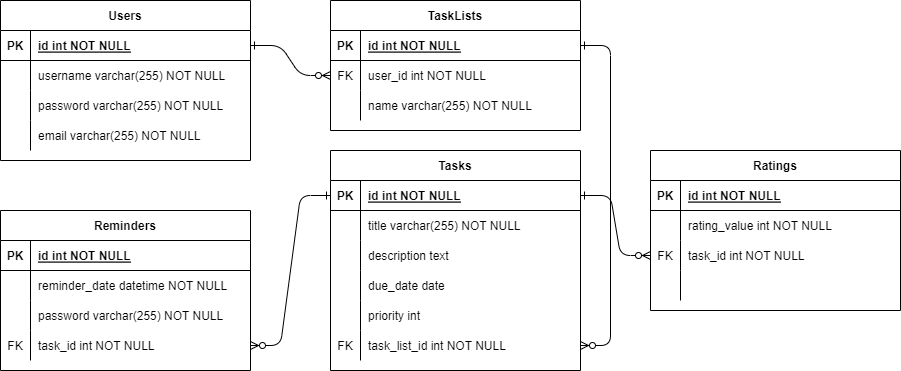
Before: db scheme.png, a diagram exported from draw.io (Fallsw0rd/django-tasks-and-reminder). Source tidied: cells renumbered, new cells last; positions are measured from the earlier drawing's top-left corner, leaving out a move shared by most shapes. Its diagram source:
```xml
<mxGraphModel>
  <root>
    <mxCell id="0" />
    <mxCell id="1" parent="0" />
    <mxCell id="2" style="edgeStyle=entityRelationEdgeStyle;endArrow=ERzeroToMany;startArrow=ERone;endFill=1;startFill=0;" parent="1" edge="1" source="34" target="8">
      <mxGeometry relative="1" as="geometry" />
    </mxCell>
    <mxCell id="3" style="edgeStyle=entityRelationEdgeStyle;endArrow=ERzeroToMany;startArrow=ERone;endFill=1;startFill=0;entryX=1;entryY=0.5;entryDx=0;entryDy=0;" parent="1" edge="1" source="5" target="30">
      <mxGeometry relative="1" as="geometry" />
    </mxCell>
    <mxCell id="4" value="TaskLists" style="shape=table;startSize=30;rowLines=0;fontStyle=1;align=center;" parent="1" vertex="1">
      <mxGeometry x="330" width="250" height="130" as="geometry" />
    </mxCell>
    <mxCell id="5" style="shape=partialRectangle;fillColor=none;points=[[0,0.5],[1,0.5]];portConstraint=eastwest;top=0;left=0;right=0;bottom=1;" parent="4" vertex="1">
      <mxGeometry y="30" width="250" height="30" as="geometry" />
    </mxCell>
    <mxCell id="6" value="PK" style="shape=partialRectangle;overflow=hidden;fillColor=none;top=0;left=0;bottom=0;right=0;fontStyle=1;" parent="5" vertex="1">
      <mxGeometry width="30" height="30" as="geometry" />
    </mxCell>
    <mxCell id="7" value="id int NOT NULL " style="shape=partialRectangle;overflow=hidden;fillColor=none;top=0;left=0;bottom=0;right=0;align=left;spacingLeft=6;fontStyle=5;" parent="5" vertex="1">
      <mxGeometry x="30" width="220" height="30" as="geometry" />
    </mxCell>
    <mxCell id="8" style="shape=partialRectangle;fillColor=none;points=[[0,0.5],[1,0.5]];portConstraint=eastwest;top=0;left=0;right=0;bottom=0;" parent="4" vertex="1">
      <mxGeometry y="60" width="250" height="30" as="geometry" />
    </mxCell>
    <mxCell id="9" value="FK" style="shape=partialRectangle;overflow=hidden;fillColor=none;top=0;left=0;bottom=0;right=0;" parent="8" vertex="1">
      <mxGeometry width="30" height="30" as="geometry" />
    </mxCell>
    <mxCell id="10" value="user_id int NOT NULL" style="shape=partialRectangle;overflow=hidden;fillColor=none;top=0;left=0;bottom=0;right=0;align=left;spacingLeft=6;" parent="8" vertex="1">
      <mxGeometry x="30" width="220" height="30" as="geometry" />
    </mxCell>
    <mxCell id="11" style="shape=partialRectangle;fillColor=none;top=0;left=0;right=0;bottom=0;" parent="4" vertex="1">
      <mxGeometry y="90" width="250" height="30" as="geometry" />
    </mxCell>
    <mxCell id="12" style="shape=partialRectangle;overflow=hidden;fillColor=none;top=0;left=0;bottom=0;right=0;" parent="11" vertex="1">
      <mxGeometry width="30" height="30" as="geometry" />
    </mxCell>
    <mxCell id="13" value="name varchar(255) NOT NULL" style="shape=partialRectangle;overflow=hidden;fillColor=none;top=0;left=0;bottom=0;right=0;align=left;spacingLeft=6;" parent="11" vertex="1">
      <mxGeometry x="30" width="220" height="30" as="geometry" />
    </mxCell>
    <mxCell id="14" value="Tasks" style="shape=table;startSize=30;rowLines=0;fontStyle=1;align=center;" parent="1" vertex="1">
      <mxGeometry x="330" y="150" width="250" height="220" as="geometry" />
    </mxCell>
    <mxCell id="15" style="shape=partialRectangle;fillColor=none;points=[[0,0.5],[1,0.5]];portConstraint=eastwest;top=0;left=0;right=0;bottom=1;" parent="14" vertex="1">
      <mxGeometry y="30" width="250" height="30" as="geometry" />
    </mxCell>
    <mxCell id="16" value="PK" style="shape=partialRectangle;overflow=hidden;fillColor=none;top=0;left=0;bottom=0;right=0;fontStyle=1;" parent="15" vertex="1">
      <mxGeometry width="30" height="30" as="geometry" />
    </mxCell>
    <mxCell id="17" value="id int NOT NULL " style="shape=partialRectangle;overflow=hidden;fillColor=none;top=0;left=0;bottom=0;right=0;align=left;spacingLeft=6;fontStyle=5;" parent="15" vertex="1">
      <mxGeometry x="30" width="220" height="30" as="geometry" />
    </mxCell>
    <mxCell id="18" style="shape=partialRectangle;fillColor=none;top=0;left=0;right=0;bottom=0;" parent="14" vertex="1">
      <mxGeometry y="60" width="250" height="30" as="geometry" />
    </mxCell>
    <mxCell id="19" style="shape=partialRectangle;overflow=hidden;fillColor=none;top=0;left=0;bottom=0;right=0;" parent="18" vertex="1">
      <mxGeometry width="30" height="30" as="geometry" />
    </mxCell>
    <mxCell id="20" value="title varchar(255) NOT NULL" style="shape=partialRectangle;overflow=hidden;fillColor=none;top=0;left=0;bottom=0;right=0;align=left;spacingLeft=6;" parent="18" vertex="1">
      <mxGeometry x="30" width="220" height="30" as="geometry" />
    </mxCell>
    <mxCell id="21" style="shape=partialRectangle;fillColor=none;top=0;left=0;right=0;bottom=0;" parent="14" vertex="1">
      <mxGeometry y="90" width="250" height="30" as="geometry" />
    </mxCell>
    <mxCell id="22" style="shape=partialRectangle;overflow=hidden;fillColor=none;top=0;left=0;bottom=0;right=0;" parent="21" vertex="1">
      <mxGeometry width="30" height="30" as="geometry" />
    </mxCell>
    <mxCell id="23" value="description text" style="shape=partialRectangle;overflow=hidden;fillColor=none;top=0;left=0;bottom=0;right=0;align=left;spacingLeft=6;" parent="21" vertex="1">
      <mxGeometry x="30" width="220" height="30" as="geometry" />
    </mxCell>
    <mxCell id="24" style="shape=partialRectangle;fillColor=none;top=0;left=0;right=0;bottom=0;" parent="14" vertex="1">
      <mxGeometry y="120" width="250" height="30" as="geometry" />
    </mxCell>
    <mxCell id="25" style="shape=partialRectangle;overflow=hidden;fillColor=none;top=0;left=0;bottom=0;right=0;" parent="24" vertex="1">
      <mxGeometry width="30" height="30" as="geometry" />
    </mxCell>
    <mxCell id="26" value="due_date date" style="shape=partialRectangle;overflow=hidden;fillColor=none;top=0;left=0;bottom=0;right=0;align=left;spacingLeft=6;" parent="24" vertex="1">
      <mxGeometry x="30" width="220" height="30" as="geometry" />
    </mxCell>
    <mxCell id="27" style="shape=partialRectangle;fillColor=none;top=0;left=0;right=0;bottom=0;" parent="14" vertex="1">
      <mxGeometry y="150" width="250" height="30" as="geometry" />
    </mxCell>
    <mxCell id="28" style="shape=partialRectangle;overflow=hidden;fillColor=none;top=0;left=0;bottom=0;right=0;" parent="27" vertex="1">
      <mxGeometry width="30" height="30" as="geometry" />
    </mxCell>
    <mxCell id="29" value="priority int" style="shape=partialRectangle;overflow=hidden;fillColor=none;top=0;left=0;bottom=0;right=0;align=left;spacingLeft=6;" parent="27" vertex="1">
      <mxGeometry x="30" width="220" height="30" as="geometry" />
    </mxCell>
    <mxCell id="30" style="shape=partialRectangle;fillColor=none;points=[[0,0.5],[1,0.5]];portConstraint=eastwest;top=0;left=0;right=0;bottom=0;" parent="14" vertex="1">
      <mxGeometry y="180" width="250" height="30" as="geometry" />
    </mxCell>
    <mxCell id="31" value="FK" style="shape=partialRectangle;overflow=hidden;fillColor=none;top=0;left=0;bottom=0;right=0;" parent="30" vertex="1">
      <mxGeometry width="30" height="30" as="geometry" />
    </mxCell>
    <mxCell id="32" value="task_list_id int NOT NULL" style="shape=partialRectangle;overflow=hidden;fillColor=none;top=0;left=0;bottom=0;right=0;align=left;spacingLeft=6;" parent="30" vertex="1">
      <mxGeometry x="30" width="220" height="30" as="geometry" />
    </mxCell>
    <mxCell id="33" value="Users" style="shape=table;startSize=30;rowLines=0;fontStyle=1;align=center;" parent="1" vertex="1">
      <mxGeometry width="250" height="160" as="geometry" />
    </mxCell>
    <mxCell id="34" style="shape=partialRectangle;fillColor=none;points=[[0,0.5],[1,0.5]];portConstraint=eastwest;top=0;left=0;right=0;bottom=1;" parent="33" vertex="1">
      <mxGeometry y="30" width="250" height="30" as="geometry" />
    </mxCell>
    <mxCell id="35" value="PK" style="shape=partialRectangle;overflow=hidden;fillColor=none;top=0;left=0;bottom=0;right=0;fontStyle=1;" parent="34" vertex="1">
      <mxGeometry width="30" height="30" as="geometry" />
    </mxCell>
    <mxCell id="36" value="id int NOT NULL " style="shape=partialRectangle;overflow=hidden;fillColor=none;top=0;left=0;bottom=0;right=0;align=left;spacingLeft=6;fontStyle=5;" parent="34" vertex="1">
      <mxGeometry x="30" width="220" height="30" as="geometry" />
    </mxCell>
    <mxCell id="37" style="shape=partialRectangle;fillColor=none;top=0;left=0;right=0;bottom=0;" parent="33" vertex="1">
      <mxGeometry y="60" width="250" height="30" as="geometry" />
    </mxCell>
    <mxCell id="38" style="shape=partialRectangle;overflow=hidden;fillColor=none;top=0;left=0;bottom=0;right=0;" parent="37" vertex="1">
      <mxGeometry width="30" height="30" as="geometry" />
    </mxCell>
    <mxCell id="39" value="username varchar(255) NOT NULL" style="shape=partialRectangle;overflow=hidden;fillColor=none;top=0;left=0;bottom=0;right=0;align=left;spacingLeft=6;" parent="37" vertex="1">
      <mxGeometry x="30" width="220" height="30" as="geometry" />
    </mxCell>
    <mxCell id="40" style="shape=partialRectangle;fillColor=none;top=0;left=0;right=0;bottom=0;" parent="33" vertex="1">
      <mxGeometry y="90" width="250" height="30" as="geometry" />
    </mxCell>
    <mxCell id="41" style="shape=partialRectangle;overflow=hidden;fillColor=none;top=0;left=0;bottom=0;right=0;" parent="40" vertex="1">
      <mxGeometry width="30" height="30" as="geometry" />
    </mxCell>
    <mxCell id="42" value="password varchar(255) NOT NULL" style="shape=partialRectangle;overflow=hidden;fillColor=none;top=0;left=0;bottom=0;right=0;align=left;spacingLeft=6;" parent="40" vertex="1">
      <mxGeometry x="30" width="220" height="30" as="geometry" />
    </mxCell>
    <mxCell id="43" style="shape=partialRectangle;fillColor=none;top=0;left=0;right=0;bottom=0;" parent="33" vertex="1">
      <mxGeometry y="120" width="250" height="30" as="geometry" />
    </mxCell>
    <mxCell id="44" style="shape=partialRectangle;overflow=hidden;fillColor=none;top=0;left=0;bottom=0;right=0;" parent="43" vertex="1">
      <mxGeometry width="30" height="30" as="geometry" />
    </mxCell>
    <mxCell id="45" value="email varchar(255) NOT NULL" style="shape=partialRectangle;overflow=hidden;fillColor=none;top=0;left=0;bottom=0;right=0;align=left;spacingLeft=6;" parent="43" vertex="1">
      <mxGeometry x="30" width="220" height="30" as="geometry" />
    </mxCell>
    <mxCell id="46" value="Reminders" style="shape=table;startSize=30;rowLines=0;fontStyle=1;align=center;" parent="1" vertex="1">
      <mxGeometry y="210" width="250" height="160" as="geometry" />
    </mxCell>
    <mxCell id="47" style="shape=partialRectangle;fillColor=none;top=0;left=0;right=0;bottom=1;" parent="46" vertex="1">
      <mxGeometry y="30" width="250" height="30" as="geometry" />
    </mxCell>
    <mxCell id="48" value="PK" style="shape=partialRectangle;overflow=hidden;fillColor=none;top=0;left=0;bottom=0;right=0;fontStyle=1;" parent="47" vertex="1">
      <mxGeometry width="30" height="30" as="geometry" />
    </mxCell>
    <mxCell id="49" value="id int NOT NULL " style="shape=partialRectangle;overflow=hidden;fillColor=none;top=0;left=0;bottom=0;right=0;align=left;spacingLeft=6;fontStyle=5;" parent="47" vertex="1">
      <mxGeometry x="30" width="220" height="30" as="geometry" />
    </mxCell>
    <mxCell id="50" style="shape=partialRectangle;fillColor=none;top=0;left=0;right=0;bottom=0;" parent="46" vertex="1">
      <mxGeometry y="60" width="250" height="30" as="geometry" />
    </mxCell>
    <mxCell id="51" style="shape=partialRectangle;overflow=hidden;fillColor=none;top=0;left=0;bottom=0;right=0;" parent="50" vertex="1">
      <mxGeometry width="30" height="30" as="geometry" />
    </mxCell>
    <mxCell id="52" value="reminder_date datetime NOT NULL" style="shape=partialRectangle;overflow=hidden;fillColor=none;top=0;left=0;bottom=0;right=0;align=left;spacingLeft=6;" parent="50" vertex="1">
      <mxGeometry x="30" width="220" height="30" as="geometry" />
    </mxCell>
    <mxCell id="53" style="shape=partialRectangle;fillColor=none;top=0;left=0;right=0;bottom=0;" parent="46" vertex="1">
      <mxGeometry y="90" width="250" height="30" as="geometry" />
    </mxCell>
    <mxCell id="54" style="shape=partialRectangle;overflow=hidden;fillColor=none;top=0;left=0;bottom=0;right=0;" parent="53" vertex="1">
      <mxGeometry width="30" height="30" as="geometry" />
    </mxCell>
    <mxCell id="55" value="password varchar(255) NOT NULL" style="shape=partialRectangle;overflow=hidden;fillColor=none;top=0;left=0;bottom=0;right=0;align=left;spacingLeft=6;" parent="53" vertex="1">
      <mxGeometry x="30" width="220" height="30" as="geometry" />
    </mxCell>
    <mxCell id="56" style="shape=partialRectangle;fillColor=none;points=[[0,0.5],[1,0.5]];portConstraint=eastwest;top=0;left=0;right=0;bottom=0;" parent="46" vertex="1">
      <mxGeometry y="120" width="250" height="30" as="geometry" />
    </mxCell>
    <mxCell id="57" value="FK" style="shape=partialRectangle;overflow=hidden;fillColor=none;top=0;left=0;bottom=0;right=0;" parent="56" vertex="1">
      <mxGeometry width="30" height="30" as="geometry" />
    </mxCell>
    <mxCell id="58" value="task_id int NOT NULL" style="shape=partialRectangle;overflow=hidden;fillColor=none;top=0;left=0;bottom=0;right=0;align=left;spacingLeft=6;" parent="56" vertex="1">
      <mxGeometry x="30" width="220" height="30" as="geometry" />
    </mxCell>
    <mxCell id="59" value="Ratings" style="shape=table;startSize=30;rowLines=0;fontStyle=1;align=center;" parent="1" vertex="1">
      <mxGeometry x="650" y="150" width="250" height="160" as="geometry" />
    </mxCell>
    <mxCell id="60" style="shape=partialRectangle;fillColor=none;top=0;left=0;right=0;bottom=1;" parent="59" vertex="1">
      <mxGeometry y="30" width="250" height="30" as="geometry" />
    </mxCell>
    <mxCell id="61" value="PK" style="shape=partialRectangle;overflow=hidden;fillColor=none;top=0;left=0;bottom=0;right=0;fontStyle=1;" parent="60" vertex="1">
      <mxGeometry width="30" height="30" as="geometry" />
    </mxCell>
    <mxCell id="62" value="id int NOT NULL " style="shape=partialRectangle;overflow=hidden;fillColor=none;top=0;left=0;bottom=0;right=0;align=left;spacingLeft=6;fontStyle=5;" parent="60" vertex="1">
      <mxGeometry x="30" width="220" height="30" as="geometry" />
    </mxCell>
    <mxCell id="63" style="shape=partialRectangle;fillColor=none;top=0;left=0;right=0;bottom=0;" parent="59" vertex="1">
      <mxGeometry y="60" width="250" height="30" as="geometry" />
    </mxCell>
    <mxCell id="64" style="shape=partialRectangle;overflow=hidden;fillColor=none;top=0;left=0;bottom=0;right=0;" parent="63" vertex="1">
      <mxGeometry width="30" height="30" as="geometry" />
    </mxCell>
    <mxCell id="65" value="rating_value int NOT NULL" style="shape=partialRectangle;overflow=hidden;fillColor=none;top=0;left=0;bottom=0;right=0;align=left;spacingLeft=6;" parent="63" vertex="1">
      <mxGeometry x="30" width="220" height="30" as="geometry" />
    </mxCell>
    <mxCell id="66" style="shape=partialRectangle;fillColor=none;points=[[0,0.5],[1,0.5]];portConstraint=eastwest;top=0;left=0;right=0;bottom=0;" parent="59" vertex="1">
      <mxGeometry y="90" width="250" height="30" as="geometry" />
    </mxCell>
    <mxCell id="67" value="FK" style="shape=partialRectangle;overflow=hidden;fillColor=none;top=0;left=0;bottom=0;right=0;" parent="66" vertex="1">
      <mxGeometry width="30" height="30" as="geometry" />
    </mxCell>
    <mxCell id="68" value="task_id int NOT NULL" style="shape=partialRectangle;overflow=hidden;fillColor=none;top=0;left=0;bottom=0;right=0;align=left;spacingLeft=6;" parent="66" vertex="1">
      <mxGeometry x="30" width="220" height="30" as="geometry" />
    </mxCell>
    <mxCell id="69" style="shape=partialRectangle;fillColor=none;top=0;left=0;right=0;bottom=0;" parent="59" vertex="1">
      <mxGeometry y="120" width="250" height="30" as="geometry" />
    </mxCell>
    <mxCell id="70" style="shape=partialRectangle;overflow=hidden;fillColor=none;top=0;left=0;bottom=0;right=0;" parent="69" vertex="1">
      <mxGeometry width="30" height="30" as="geometry" />
    </mxCell>
    <mxCell id="71" style="shape=partialRectangle;overflow=hidden;fillColor=none;top=0;left=0;bottom=0;right=0;align=left;spacingLeft=6;" parent="69" vertex="1">
      <mxGeometry x="30" width="220" height="30" as="geometry" />
    </mxCell>
    <mxCell id="72" style="edgeStyle=entityRelationEdgeStyle;endArrow=ERzeroToMany;startArrow=ERone;endFill=1;startFill=0;exitX=0;exitY=0.5;exitDx=0;exitDy=0;entryX=1;entryY=0.5;entryDx=0;entryDy=0;" parent="1" edge="1" source="15" target="56">
      <mxGeometry relative="1" as="geometry">
        <Array as="points">
          <mxPoint x="330" y="200" />
        </Array>
      </mxGeometry>
    </mxCell>
    <mxCell id="73" style="edgeStyle=entityRelationEdgeStyle;endArrow=ERzeroToMany;startArrow=ERone;endFill=1;startFill=0;entryX=0;entryY=0.5;entryDx=0;entryDy=0;exitX=1;exitY=0.5;exitDx=0;exitDy=0;" parent="1" edge="1" source="15" target="66">
      <mxGeometry relative="1" as="geometry" />
    </mxCell>
  </root>
</mxGraphModel>
```
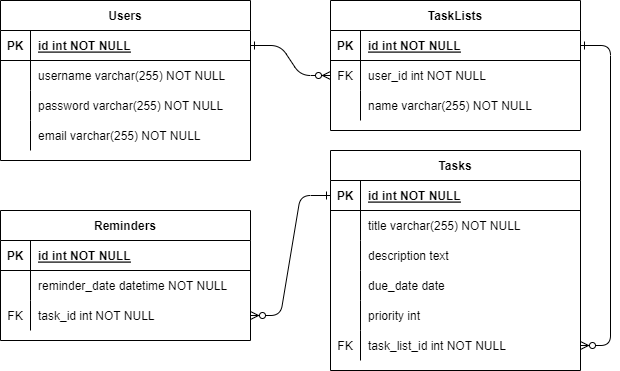
The same file after the commit.

Change to the diagram source:
```diff
@@ -135,7 +135,7 @@
       <mxGeometry x="30" width="220" height="30" as="geometry" />
     </mxCell>
     <mxCell id="46" value="Reminders" style="shape=table;startSize=30;rowLines=0;fontStyle=1;align=center;" parent="1" vertex="1">
-      <mxGeometry y="210" width="250" height="160" as="geometry" />
+      <mxGeometry y="210" width="250" height="130" as="geometry" />
     </mxCell>
     <mxCell id="47" style="shape=partialRectangle;fillColor=none;top=0;left=0;right=0;bottom=1;" parent="46" vertex="1">
       <mxGeometry y="30" width="250" height="30" as="geometry" />
@@ -155,17 +155,8 @@
     <mxCell id="52" value="reminder_date datetime NOT NULL" style="shape=partialRectangle;overflow=hidden;fillColor=none;top=0;left=0;bottom=0;right=0;align=left;spacingLeft=6;" parent="50" vertex="1">
       <mxGeometry x="30" width="220" height="30" as="geometry" />
     </mxCell>
-    <mxCell id="53" style="shape=partialRectangle;fillColor=none;top=0;left=0;right=0;bottom=0;" parent="46" vertex="1">
-      <mxGeometry y="90" width="250" height="30" as="geometry" />
-    </mxCell>
-    <mxCell id="54" style="shape=partialRectangle;overflow=hidden;fillColor=none;top=0;left=0;bottom=0;right=0;" parent="53" vertex="1">
-      <mxGeometry width="30" height="30" as="geometry" />
-    </mxCell>
-    <mxCell id="55" value="password varchar(255) NOT NULL" style="shape=partialRectangle;overflow=hidden;fillColor=none;top=0;left=0;bottom=0;right=0;align=left;spacingLeft=6;" parent="53" vertex="1">
-      <mxGeometry x="30" width="220" height="30" as="geometry" />
-    </mxCell>
     <mxCell id="56" style="shape=partialRectangle;fillColor=none;points=[[0,0.5],[1,0.5]];portConstraint=eastwest;top=0;left=0;right=0;bottom=0;" parent="46" vertex="1">
-      <mxGeometry y="120" width="250" height="30" as="geometry" />
+      <mxGeometry y="90" width="250" height="30" as="geometry" />
     </mxCell>
     <mxCell id="57" value="FK" style="shape=partialRectangle;overflow=hidden;fillColor=none;top=0;left=0;bottom=0;right=0;" parent="56" vertex="1">
       <mxGeometry width="30" height="30" as="geometry" />
@@ -173,45 +164,6 @@
     <mxCell id="58" value="task_id int NOT NULL" style="shape=partialRectangle;overflow=hidden;fillColor=none;top=0;left=0;bottom=0;right=0;align=left;spacingLeft=6;" parent="56" vertex="1">
       <mxGeometry x="30" width="220" height="30" as="geometry" />
     </mxCell>
-    <mxCell id="59" value="Ratings" style="shape=table;startSize=30;rowLines=0;fontStyle=1;align=center;" parent="1" vertex="1">
-      <mxGeometry x="650" y="150" width="250" height="160" as="geometry" />
-    </mxCell>
-    <mxCell id="60" style="shape=partialRectangle;fillColor=none;top=0;left=0;right=0;bottom=1;" parent="59" vertex="1">
-      <mxGeometry y="30" width="250" height="30" as="geometry" />
-    </mxCell>
-    <mxCell id="61" value="PK" style="shape=partialRectangle;overflow=hidden;fillColor=none;top=0;left=0;bottom=0;right=0;fontStyle=1;" parent="60" vertex="1">
-      <mxGeometry width="30" height="30" as="geometry" />
-    </mxCell>
-    <mxCell id="62" value="id int NOT NULL " style="shape=partialRectangle;overflow=hidden;fillColor=none;top=0;left=0;bottom=0;right=0;align=left;spacingLeft=6;fontStyle=5;" parent="60" vertex="1">
-      <mxGeometry x="30" width="220" height="30" as="geometry" />
-    </mxCell>
-    <mxCell id="63" style="shape=partialRectangle;fillColor=none;top=0;left=0;right=0;bottom=0;" parent="59" vertex="1">
-      <mxGeometry y="60" width="250" height="30" as="geometry" />
-    </mxCell>
-    <mxCell id="64" style="shape=partialRectangle;overflow=hidden;fillColor=none;top=0;left=0;bottom=0;right=0;" parent="63" vertex="1">
-      <mxGeometry width="30" height="30" as="geometry" />
-    </mxCell>
-    <mxCell id="65" value="rating_value int NOT NULL" style="shape=partialRectangle;overflow=hidden;fillColor=none;top=0;left=0;bottom=0;right=0;align=left;spacingLeft=6;" parent="63" vertex="1">
-      <mxGeometry x="30" width="220" height="30" as="geometry" />
-    </mxCell>
-    <mxCell id="66" style="shape=partialRectangle;fillColor=none;points=[[0,0.5],[1,0.5]];portConstraint=eastwest;top=0;left=0;right=0;bottom=0;" parent="59" vertex="1">
-      <mxGeometry y="90" width="250" height="30" as="geometry" />
-    </mxCell>
-    <mxCell id="67" value="FK" style="shape=partialRectangle;overflow=hidden;fillColor=none;top=0;left=0;bottom=0;right=0;" parent="66" vertex="1">
-      <mxGeometry width="30" height="30" as="geometry" />
-    </mxCell>
-    <mxCell id="68" value="task_id int NOT NULL" style="shape=partialRectangle;overflow=hidden;fillColor=none;top=0;left=0;bottom=0;right=0;align=left;spacingLeft=6;" parent="66" vertex="1">
-      <mxGeometry x="30" width="220" height="30" as="geometry" />
-    </mxCell>
-    <mxCell id="69" style="shape=partialRectangle;fillColor=none;top=0;left=0;right=0;bottom=0;" parent="59" vertex="1">
-      <mxGeometry y="120" width="250" height="30" as="geometry" />
-    </mxCell>
-    <mxCell id="70" style="shape=partialRectangle;overflow=hidden;fillColor=none;top=0;left=0;bottom=0;right=0;" parent="69" vertex="1">
-      <mxGeometry width="30" height="30" as="geometry" />
-    </mxCell>
-    <mxCell id="71" style="shape=partialRectangle;overflow=hidden;fillColor=none;top=0;left=0;bottom=0;right=0;align=left;spacingLeft=6;" parent="69" vertex="1">
-      <mxGeometry x="30" width="220" height="30" as="geometry" />
-    </mxCell>
     <mxCell id="72" style="edgeStyle=entityRelationEdgeStyle;endArrow=ERzeroToMany;startArrow=ERone;endFill=1;startFill=0;exitX=0;exitY=0.5;exitDx=0;exitDy=0;entryX=1;entryY=0.5;entryDx=0;entryDy=0;" parent="1" edge="1" source="15" target="56">
       <mxGeometry relative="1" as="geometry">
         <Array as="points">
@@ -219,8 +171,5 @@
         </Array>
       </mxGeometry>
     </mxCell>
-    <mxCell id="73" style="edgeStyle=entityRelationEdgeStyle;endArrow=ERzeroToMany;startArrow=ERone;endFill=1;startFill=0;entryX=0;entryY=0.5;entryDx=0;entryDy=0;exitX=1;exitY=0.5;exitDx=0;exitDy=0;" parent="1" edge="1" source="15" target="66">
-      <mxGeometry relative="1" as="geometry" />
-    </mxCell>
   </root>
 </mxGraphModel>
```
